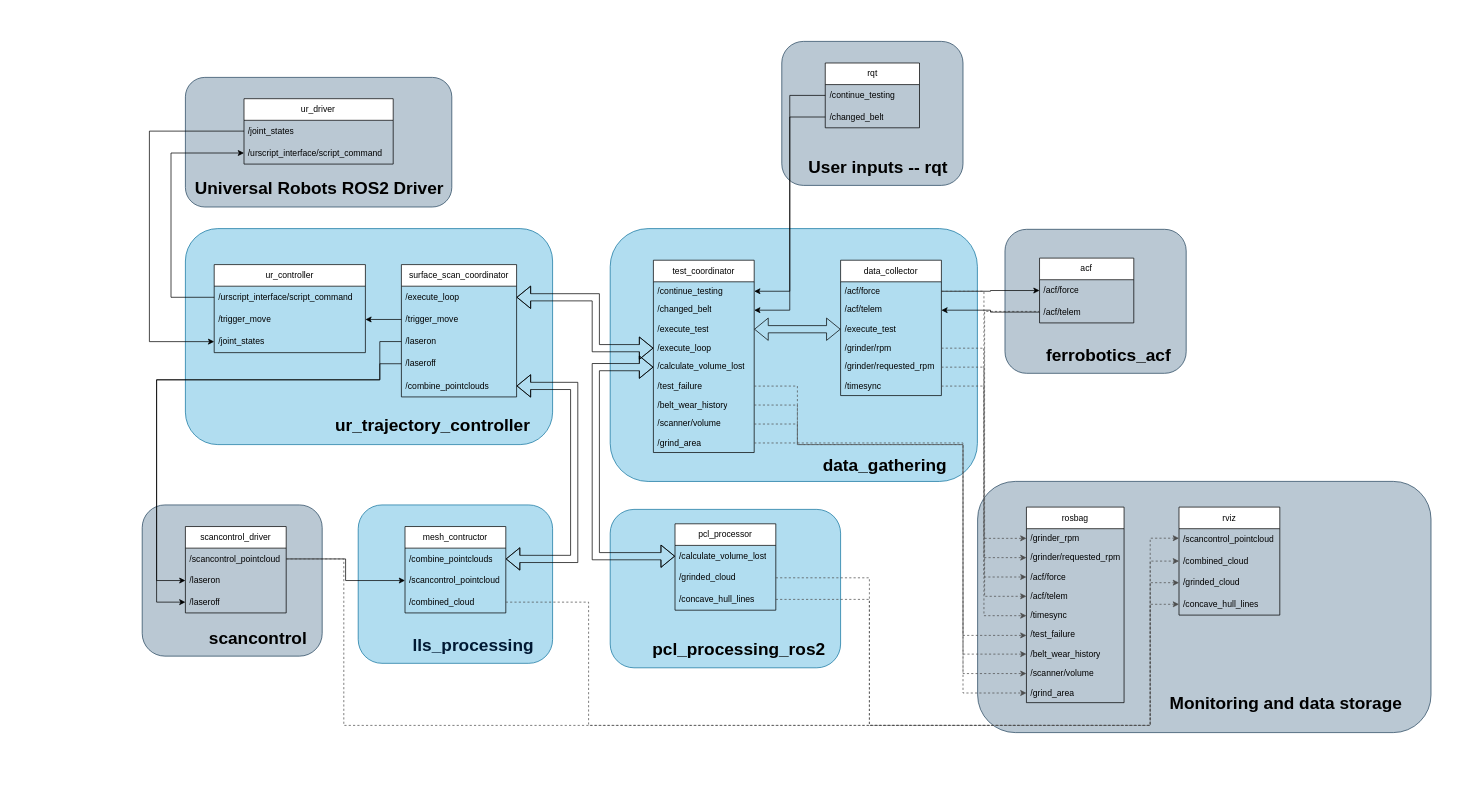
This is Untitled Diagram.drawio from Luka140/drawio_graphs, a draw.io file, before an edit. Source tidied: cells renumbered, new cells numbered last; positions are measured from the earlier drawing's top-left corner, leaving out a move shared by most shapes. Both pictures are drawn from the tidied source at 72%, with x=0, y=0 at pixel (12, 41).
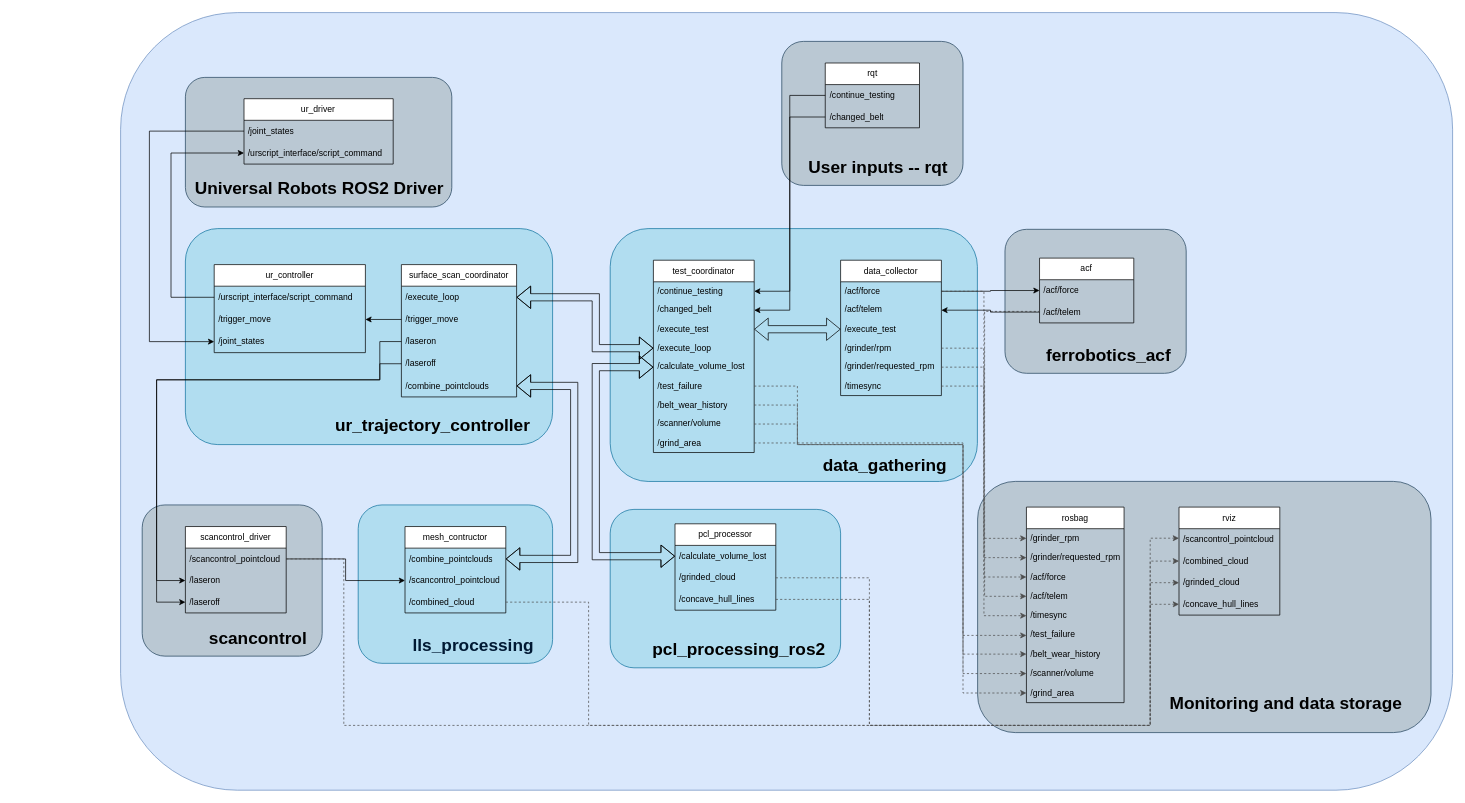
The same diagram, later.

Change to the diagram source:
```diff
@@
+    <mxCell id="122" style="rounded=1;whiteSpace=wrap;html=1;fillColor=#dae8fc;strokeColor=#6c8ebf;" parent="1" vertex="1">
+      <mxGeometry x="150" y="-40" width="1850" height="1080" as="geometry" />
+    </mxCell>
```
